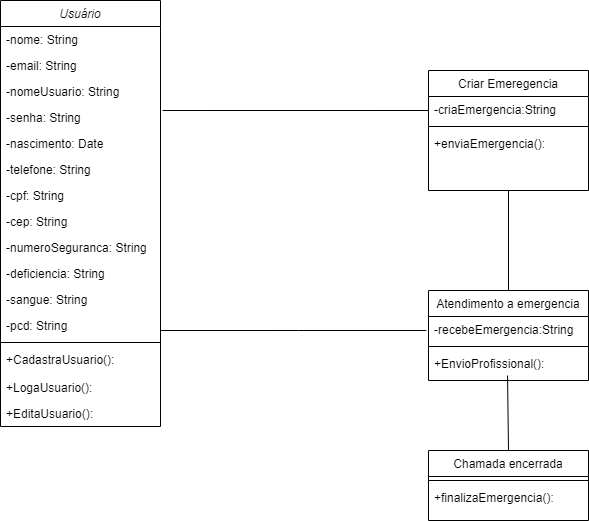
This is docs/Diagrama de classe.png from Vitor4863/FireCenterHelp, a draw.io export, as it was before one commit. Source tidied: cells renumbered, new cells last; positions are measured from the earlier drawing's top-left corner, leaving out a move shared by most shapes. The source it was exported from:
```xml
<mxGraphModel>
  <root>
    <mxCell id="0" />
    <mxCell id="1" parent="0" />
    <mxCell id="2" value="Usuário" style="swimlane;fontStyle=2;align=center;verticalAlign=top;horizontal=1;startSize=26;rounded=0;shadow=0;strokeWidth=1;" parent="1" vertex="1">
      <mxGeometry width="160" height="426" as="geometry" />
    </mxCell>
    <mxCell id="3" value="-nome: String" style="text;align=left;verticalAlign=top;spacingLeft=4;spacingRight=4;overflow=hidden;" parent="2" vertex="1">
      <mxGeometry y="26" width="160" height="26" as="geometry" />
    </mxCell>
    <mxCell id="4" value="-email: String" style="text;align=left;verticalAlign=top;spacingLeft=4;spacingRight=4;overflow=hidden;rounded=0;shadow=0;html=0;" parent="2" vertex="1">
      <mxGeometry y="52" width="160" height="26" as="geometry" />
    </mxCell>
    <mxCell id="5" value="-nomeUsuario: String&#10;&#10;&#10;" style="text;align=left;verticalAlign=top;spacingLeft=4;spacingRight=4;overflow=hidden;rounded=0;shadow=0;html=0;" parent="2" vertex="1">
      <mxGeometry y="78" width="160" height="26" as="geometry" />
    </mxCell>
    <mxCell id="6" value="-senha: String" style="text;align=left;verticalAlign=top;spacingLeft=4;spacingRight=4;overflow=hidden;points=[[0,0.5],[1,0.5]];portConstraint=eastwest;rounded=0;shadow=0;html=0;" parent="2" vertex="1">
      <mxGeometry y="104" width="160" height="26" as="geometry" />
    </mxCell>
    <mxCell id="7" value="-nascimento: Date" style="text;align=left;verticalAlign=top;spacingLeft=4;spacingRight=4;overflow=hidden;rounded=0;shadow=0;html=0;" parent="2" vertex="1">
      <mxGeometry y="130" width="160" height="26" as="geometry" />
    </mxCell>
    <mxCell id="8" value="-telefone: String" style="text;align=left;verticalAlign=top;spacingLeft=4;spacingRight=4;overflow=hidden;rounded=0;shadow=0;html=0;" parent="2" vertex="1">
      <mxGeometry y="156" width="160" height="26" as="geometry" />
    </mxCell>
    <mxCell id="9" value="-cpf: String" style="text;align=left;verticalAlign=top;spacingLeft=4;spacingRight=4;overflow=hidden;rounded=0;shadow=0;html=0;" parent="2" vertex="1">
      <mxGeometry y="182" width="160" height="26" as="geometry" />
    </mxCell>
    <mxCell id="10" value="-cep: String" style="text;align=left;verticalAlign=top;spacingLeft=4;spacingRight=4;overflow=hidden;rounded=0;shadow=0;html=0;" parent="2" vertex="1">
      <mxGeometry y="208" width="160" height="26" as="geometry" />
    </mxCell>
    <mxCell id="11" value="-numeroSeguranca: String" style="text;align=left;verticalAlign=top;spacingLeft=4;spacingRight=4;overflow=hidden;rounded=0;shadow=0;html=0;" parent="2" vertex="1">
      <mxGeometry y="234" width="160" height="26" as="geometry" />
    </mxCell>
    <mxCell id="12" value="-deficiencia: String" style="text;align=left;verticalAlign=top;spacingLeft=4;spacingRight=4;overflow=hidden;rounded=0;shadow=0;html=0;" parent="2" vertex="1">
      <mxGeometry y="260" width="160" height="26" as="geometry" />
    </mxCell>
    <mxCell id="13" value="-sangue: String" style="text;align=left;verticalAlign=top;spacingLeft=4;spacingRight=4;overflow=hidden;rounded=0;shadow=0;html=0;" parent="2" vertex="1">
      <mxGeometry y="286" width="160" height="26" as="geometry" />
    </mxCell>
    <mxCell id="14" value="-pcd: String" style="text;align=left;verticalAlign=top;spacingLeft=4;spacingRight=4;overflow=hidden;rounded=0;shadow=0;html=0;" parent="2" vertex="1">
      <mxGeometry y="312" width="160" height="26" as="geometry" />
    </mxCell>
    <mxCell id="15" style="line;html=1;strokeWidth=1;align=left;verticalAlign=middle;spacingTop=-1;spacingLeft=3;spacingRight=3;labelPosition=right;" parent="2" vertex="1">
      <mxGeometry y="338" width="160" height="8" as="geometry" />
    </mxCell>
    <mxCell id="16" value="+CadastraUsuario():" style="text;align=left;verticalAlign=top;spacingLeft=4;spacingRight=4;overflow=hidden;" parent="2" vertex="1">
      <mxGeometry y="346" width="160" height="28" as="geometry" />
    </mxCell>
    <mxCell id="17" value="+LogaUsuario():" style="text;align=left;verticalAlign=top;spacingLeft=4;spacingRight=4;overflow=hidden;rounded=0;shadow=0;html=0;" parent="2" vertex="1">
      <mxGeometry y="374" width="160" height="26" as="geometry" />
    </mxCell>
    <mxCell id="18" value="+EditaUsuario():" style="text;align=left;verticalAlign=top;spacingLeft=4;spacingRight=4;overflow=hidden;rounded=0;shadow=0;html=0;" parent="2" vertex="1">
      <mxGeometry y="400" width="160" height="26" as="geometry" />
    </mxCell>
    <mxCell id="19" value="Atendimento a emergencia" style="swimlane;fontStyle=0;align=center;verticalAlign=top;horizontal=1;startSize=26;rounded=0;shadow=0;strokeWidth=1;" parent="1" vertex="1">
      <mxGeometry x="428" y="290" width="160" height="90" as="geometry" />
    </mxCell>
    <mxCell id="20" value="-recebeEmergencia:String" style="text;align=left;verticalAlign=top;spacingLeft=4;spacingRight=4;overflow=hidden;points=[[0,0.5],[1,0.5]];portConstraint=eastwest;rounded=0;shadow=0;html=0;" parent="19" vertex="1">
      <mxGeometry y="26" width="160" height="26" as="geometry" />
    </mxCell>
    <mxCell id="21" style="line;html=1;strokeWidth=1;align=left;verticalAlign=middle;spacingTop=-1;spacingLeft=3;spacingRight=3;labelPosition=right;" parent="19" vertex="1">
      <mxGeometry y="52" width="160" height="8" as="geometry" />
    </mxCell>
    <mxCell id="22" value="+EnvioProfissional():" style="text;align=left;verticalAlign=top;spacingLeft=4;spacingRight=4;overflow=hidden;points=[[0,0.5],[1,0.5]];portConstraint=eastwest;rounded=0;shadow=0;html=0;" parent="19" vertex="1">
      <mxGeometry y="60" width="160" height="26" as="geometry" />
    </mxCell>
    <mxCell id="23" value="Chamada encerrada" style="swimlane;fontStyle=0;align=center;verticalAlign=top;horizontal=1;startSize=26;rounded=0;shadow=0;strokeWidth=1;" parent="1" vertex="1">
      <mxGeometry x="428" y="450" width="160" height="70" as="geometry" />
    </mxCell>
    <mxCell id="24" style="line;html=1;strokeWidth=1;align=left;verticalAlign=middle;spacingTop=-1;spacingLeft=3;spacingRight=3;labelPosition=right;" parent="23" vertex="1">
      <mxGeometry y="26" width="160" height="8" as="geometry" />
    </mxCell>
    <mxCell id="25" value="+finalizaEmergencia():" style="text;align=left;verticalAlign=top;spacingLeft=4;spacingRight=4;overflow=hidden;rounded=0;shadow=0;html=0;" parent="23" vertex="1">
      <mxGeometry y="34" width="160" height="26" as="geometry" />
    </mxCell>
    <mxCell id="26" value="Criar Emeregencia" style="swimlane;fontStyle=0;align=center;verticalAlign=top;horizontal=1;startSize=26;rounded=0;shadow=0;strokeWidth=1;" parent="1" vertex="1">
      <mxGeometry x="428" y="70" width="160" height="120" as="geometry" />
    </mxCell>
    <mxCell id="27" value="-criaEmergencia:String" style="text;align=left;verticalAlign=top;spacingLeft=4;spacingRight=4;overflow=hidden;" parent="26" vertex="1">
      <mxGeometry y="26" width="160" height="26" as="geometry" />
    </mxCell>
    <mxCell id="28" style="line;html=1;strokeWidth=1;align=left;verticalAlign=middle;spacingTop=-1;spacingLeft=3;spacingRight=3;labelPosition=right;" parent="26" vertex="1">
      <mxGeometry y="52" width="160" height="8" as="geometry" />
    </mxCell>
    <mxCell id="29" value="+enviaEmergencia():" style="text;align=left;verticalAlign=top;spacingLeft=4;spacingRight=4;overflow=hidden;" parent="26" vertex="1">
      <mxGeometry y="60" width="160" height="26" as="geometry" />
    </mxCell>
    <mxCell id="30" style="endArrow=none;html=1;rounded=0;exitX=1.013;exitY=0.231;exitDx=0;exitDy=0;exitPerimeter=0;" parent="1" edge="1" source="6">
      <mxGeometry relative="1" as="geometry">
        <mxPoint x="428" y="110" as="targetPoint" />
        <Array as="points">
          <mxPoint x="428" y="110" />
        </Array>
      </mxGeometry>
    </mxCell>
    <mxCell id="31" style="endArrow=none;html=1;rounded=0;entryX=0.5;entryY=1;entryDx=0;entryDy=0;" parent="1" edge="1" target="26">
      <mxGeometry relative="1" as="geometry">
        <mxPoint x="508" y="290" as="sourcePoint" />
      </mxGeometry>
    </mxCell>
    <mxCell id="32" style="endArrow=none;html=1;rounded=0;exitX=1.013;exitY=0.231;exitDx=0;exitDy=0;exitPerimeter=0;" parent="1" edge="1">
      <mxGeometry relative="1" as="geometry">
        <mxPoint x="160" y="330" as="sourcePoint" />
        <mxPoint x="425.9" y="330" as="targetPoint" />
        <Array as="points">
          <mxPoint x="297.9" y="330" />
          <mxPoint x="425.9" y="330" />
        </Array>
      </mxGeometry>
    </mxCell>
    <mxCell id="33" style="endArrow=none;html=1;rounded=0;entryX=0.494;entryY=0.962;entryDx=0;entryDy=0;entryPerimeter=0;exitX=0.5;exitY=0;exitDx=0;exitDy=0;" parent="1" edge="1" source="23" target="22">
      <mxGeometry relative="1" as="geometry" />
    </mxCell>
  </root>
</mxGraphModel>
```
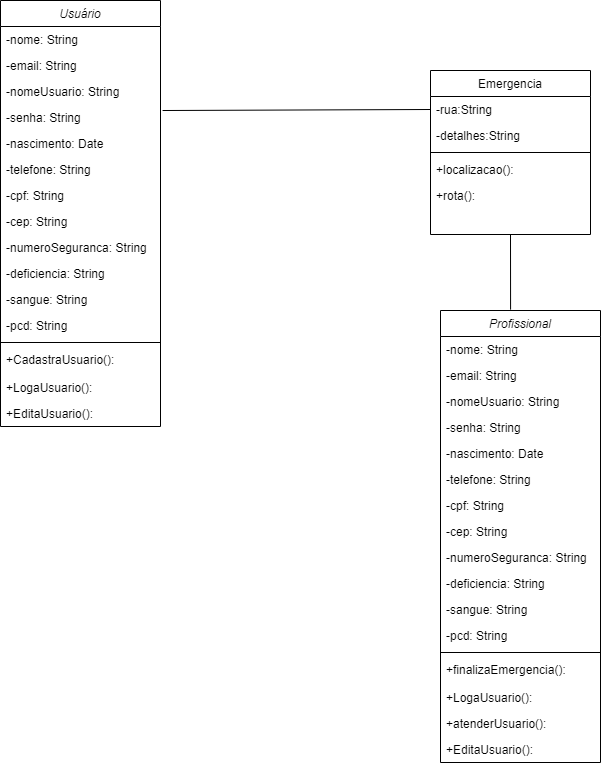
Later version of the same file.

The edit, as a diff of the source:
```diff
@@ -53,64 +53,83 @@
     <mxCell id="18" value="+EditaUsuario():" style="text;align=left;verticalAlign=top;spacingLeft=4;spacingRight=4;overflow=hidden;rounded=0;shadow=0;html=0;" parent="2" vertex="1">
       <mxGeometry y="400" width="160" height="26" as="geometry" />
     </mxCell>
-    <mxCell id="19" value="Atendimento a emergencia" style="swimlane;fontStyle=0;align=center;verticalAlign=top;horizontal=1;startSize=26;rounded=0;shadow=0;strokeWidth=1;" parent="1" vertex="1">
-      <mxGeometry x="428" y="290" width="160" height="90" as="geometry" />
+    <mxCell id="19" value="Emergencia" style="swimlane;fontStyle=0;align=center;verticalAlign=top;horizontal=1;startSize=26;rounded=0;shadow=0;strokeWidth=1;" parent="1" vertex="1">
+      <mxGeometry x="430" y="70" width="160" height="164" as="geometry" />
     </mxCell>
-    <mxCell id="20" value="-recebeEmergencia:String" style="text;align=left;verticalAlign=top;spacingLeft=4;spacingRight=4;overflow=hidden;points=[[0,0.5],[1,0.5]];portConstraint=eastwest;rounded=0;shadow=0;html=0;" parent="19" vertex="1">
+    <mxCell id="20" value="-rua:String&#10;" style="text;align=left;verticalAlign=top;spacingLeft=4;spacingRight=4;overflow=hidden;points=[[0,0.5],[1,0.5]];portConstraint=eastwest;rounded=0;shadow=0;html=0;" parent="19" vertex="1">
       <mxGeometry y="26" width="160" height="26" as="geometry" />
     </mxCell>
+    <mxCell id="34" value="-detalhes:String&#10;" style="text;align=left;verticalAlign=top;spacingLeft=4;spacingRight=4;overflow=hidden;rounded=0;shadow=0;html=0;" parent="19" vertex="1">
+      <mxGeometry y="52" width="160" height="26" as="geometry" />
+    </mxCell>
     <mxCell id="21" style="line;html=1;strokeWidth=1;align=left;verticalAlign=middle;spacingTop=-1;spacingLeft=3;spacingRight=3;labelPosition=right;" parent="19" vertex="1">
-      <mxGeometry y="52" width="160" height="8" as="geometry" />
+      <mxGeometry y="78" width="160" height="8" as="geometry" />
     </mxCell>
-    <mxCell id="22" value="+EnvioProfissional():" style="text;align=left;verticalAlign=top;spacingLeft=4;spacingRight=4;overflow=hidden;points=[[0,0.5],[1,0.5]];portConstraint=eastwest;rounded=0;shadow=0;html=0;" parent="19" vertex="1">
-      <mxGeometry y="60" width="160" height="26" as="geometry" />
+    <mxCell id="22" value="+localizacao():&#10;" style="text;align=left;verticalAlign=top;spacingLeft=4;spacingRight=4;overflow=hidden;points=[[0,0.5],[1,0.5]];portConstraint=eastwest;rounded=0;shadow=0;html=0;" parent="19" vertex="1">
+      <mxGeometry y="86" width="160" height="26" as="geometry" />
     </mxCell>
-    <mxCell id="23" value="Chamada encerrada" style="swimlane;fontStyle=0;align=center;verticalAlign=top;horizontal=1;startSize=26;rounded=0;shadow=0;strokeWidth=1;" parent="1" vertex="1">
-      <mxGeometry x="428" y="450" width="160" height="70" as="geometry" />
-    </mxCell>
-    <mxCell id="24" style="line;html=1;strokeWidth=1;align=left;verticalAlign=middle;spacingTop=-1;spacingLeft=3;spacingRight=3;labelPosition=right;" parent="23" vertex="1">
-      <mxGeometry y="26" width="160" height="8" as="geometry" />
-    </mxCell>
+    <mxCell id="35" value="+rota():" style="text;align=left;verticalAlign=top;spacingLeft=4;spacingRight=4;overflow=hidden;rounded=0;shadow=0;html=0;" parent="19" vertex="1">
+      <mxGeometry y="112" width="160" height="26" as="geometry" />
+    </mxCell>
+    <mxCell id="30" style="endArrow=none;html=1;rounded=0;exitX=1.013;exitY=0.231;exitDx=0;exitDy=0;exitPerimeter=0;entryX=0;entryY=0.5;entryDx=0;entryDy=0;" parent="1" edge="1" source="6" target="20">
+      <mxGeometry relative="1" as="geometry" />
+    </mxCell>
+    <mxCell id="33" style="endArrow=none;html=1;rounded=0;exitX=0.438;exitY=-0.002;exitDx=0;exitDy=0;exitPerimeter=0;entryX=0.5;entryY=1;entryDx=0;entryDy=0;" parent="1" edge="1" source="36" target="19">
+      <mxGeometry relative="1" as="geometry" />
+    </mxCell>
+    <mxCell id="36" value="Profissional" style="swimlane;fontStyle=2;align=center;verticalAlign=top;horizontal=1;startSize=26;rounded=0;shadow=0;strokeWidth=1;" parent="1" vertex="1">
+      <mxGeometry x="440" y="310" width="160" height="452" as="geometry" />
+    </mxCell>
+    <mxCell id="37" value="-nome: String" style="text;align=left;verticalAlign=top;spacingLeft=4;spacingRight=4;overflow=hidden;" parent="36" vertex="1">
+      <mxGeometry y="26" width="160" height="26" as="geometry" />
+    </mxCell>
+    <mxCell id="38" value="-email: String" style="text;align=left;verticalAlign=top;spacingLeft=4;spacingRight=4;overflow=hidden;rounded=0;shadow=0;html=0;" parent="36" vertex="1">
+      <mxGeometry y="52" width="160" height="26" as="geometry" />
+    </mxCell>
+    <mxCell id="39" value="-nomeUsuario: String&#10;&#10;&#10;" style="text;align=left;verticalAlign=top;spacingLeft=4;spacingRight=4;overflow=hidden;rounded=0;shadow=0;html=0;" parent="36" vertex="1">
+      <mxGeometry y="78" width="160" height="26" as="geometry" />
+    </mxCell>
+    <mxCell id="40" value="-senha: String" style="text;align=left;verticalAlign=top;spacingLeft=4;spacingRight=4;overflow=hidden;rounded=0;shadow=0;html=0;" parent="36" vertex="1">
+      <mxGeometry y="104" width="160" height="26" as="geometry" />
+    </mxCell>
+    <mxCell id="41" value="-nascimento: Date" style="text;align=left;verticalAlign=top;spacingLeft=4;spacingRight=4;overflow=hidden;rounded=0;shadow=0;html=0;" parent="36" vertex="1">
+      <mxGeometry y="130" width="160" height="26" as="geometry" />
+    </mxCell>
+    <mxCell id="42" value="-telefone: String" style="text;align=left;verticalAlign=top;spacingLeft=4;spacingRight=4;overflow=hidden;rounded=0;shadow=0;html=0;" parent="36" vertex="1">
+      <mxGeometry y="156" width="160" height="26" as="geometry" />
+    </mxCell>
+    <mxCell id="43" value="-cpf: String" style="text;align=left;verticalAlign=top;spacingLeft=4;spacingRight=4;overflow=hidden;rounded=0;shadow=0;html=0;" parent="36" vertex="1">
+      <mxGeometry y="182" width="160" height="26" as="geometry" />
+    </mxCell>
+    <mxCell id="44" value="-cep: String" style="text;align=left;verticalAlign=top;spacingLeft=4;spacingRight=4;overflow=hidden;rounded=0;shadow=0;html=0;" parent="36" vertex="1">
+      <mxGeometry y="208" width="160" height="26" as="geometry" />
+    </mxCell>
+    <mxCell id="45" value="-numeroSeguranca: String" style="text;align=left;verticalAlign=top;spacingLeft=4;spacingRight=4;overflow=hidden;rounded=0;shadow=0;html=0;" parent="36" vertex="1">
+      <mxGeometry y="234" width="160" height="26" as="geometry" />
+    </mxCell>
+    <mxCell id="46" value="-deficiencia: String" style="text;align=left;verticalAlign=top;spacingLeft=4;spacingRight=4;overflow=hidden;rounded=0;shadow=0;html=0;" parent="36" vertex="1">
+      <mxGeometry y="260" width="160" height="26" as="geometry" />
+    </mxCell>
+    <mxCell id="47" value="-sangue: String" style="text;align=left;verticalAlign=top;spacingLeft=4;spacingRight=4;overflow=hidden;rounded=0;shadow=0;html=0;" parent="36" vertex="1">
+      <mxGeometry y="286" width="160" height="26" as="geometry" />
+    </mxCell>
+    <mxCell id="48" value="-pcd: String" style="text;align=left;verticalAlign=top;spacingLeft=4;spacingRight=4;overflow=hidden;rounded=0;shadow=0;html=0;" parent="36" vertex="1">
+      <mxGeometry y="312" width="160" height="26" as="geometry" />
+    </mxCell>
+    <mxCell id="49" style="line;html=1;strokeWidth=1;align=left;verticalAlign=middle;spacingTop=-1;spacingLeft=3;spacingRight=3;labelPosition=right;" parent="36" vertex="1">
+      <mxGeometry y="338" width="160" height="8" as="geometry" />
+    </mxCell>
-    <mxCell id="25" value="+finalizaEmergencia():" style="text;align=left;verticalAlign=top;spacingLeft=4;spacingRight=4;overflow=hidden;rounded=0;shadow=0;html=0;" parent="23" vertex="1">
-      <mxGeometry y="34" width="160" height="26" as="geometry" />
+    <mxCell id="25" value="+finalizaEmergencia():" style="text;align=left;verticalAlign=top;spacingLeft=4;spacingRight=4;overflow=hidden;" parent="36" vertex="1">
+      <mxGeometry y="346" width="160" height="28" as="geometry" />
     </mxCell>
-    <mxCell id="26" value="Criar Emeregencia" style="swimlane;fontStyle=0;align=center;verticalAlign=top;horizontal=1;startSize=26;rounded=0;shadow=0;strokeWidth=1;" parent="1" vertex="1">
-      <mxGeometry x="428" y="70" width="160" height="120" as="geometry" />
-    </mxCell>
-    <mxCell id="27" value="-criaEmergencia:String" style="text;align=left;verticalAlign=top;spacingLeft=4;spacingRight=4;overflow=hidden;" parent="26" vertex="1">
-      <mxGeometry y="26" width="160" height="26" as="geometry" />
-    </mxCell>
-    <mxCell id="28" style="line;html=1;strokeWidth=1;align=left;verticalAlign=middle;spacingTop=-1;spacingLeft=3;spacingRight=3;labelPosition=right;" parent="26" vertex="1">
-      <mxGeometry y="52" width="160" height="8" as="geometry" />
-    </mxCell>
-    <mxCell id="29" value="+enviaEmergencia():" style="text;align=left;verticalAlign=top;spacingLeft=4;spacingRight=4;overflow=hidden;" parent="26" vertex="1">
-      <mxGeometry y="60" width="160" height="26" as="geometry" />
-    </mxCell>
-    <mxCell id="30" style="endArrow=none;html=1;rounded=0;exitX=1.013;exitY=0.231;exitDx=0;exitDy=0;exitPerimeter=0;" parent="1" edge="1" source="6">
-      <mxGeometry relative="1" as="geometry">
-        <mxPoint x="428" y="110" as="targetPoint" />
-        <Array as="points">
-          <mxPoint x="428" y="110" />
-        </Array>
-      </mxGeometry>
-    </mxCell>
-    <mxCell id="31" style="endArrow=none;html=1;rounded=0;entryX=0.5;entryY=1;entryDx=0;entryDy=0;" parent="1" edge="1" target="26">
-      <mxGeometry relative="1" as="geometry">
-        <mxPoint x="508" y="290" as="sourcePoint" />
-      </mxGeometry>
-    </mxCell>
-    <mxCell id="32" style="endArrow=none;html=1;rounded=0;exitX=1.013;exitY=0.231;exitDx=0;exitDy=0;exitPerimeter=0;" parent="1" edge="1">
-      <mxGeometry relative="1" as="geometry">
-        <mxPoint x="160" y="330" as="sourcePoint" />
-        <mxPoint x="425.9" y="330" as="targetPoint" />
-        <Array as="points">
-          <mxPoint x="297.9" y="330" />
-          <mxPoint x="425.9" y="330" />
-        </Array>
-      </mxGeometry>
-    </mxCell>
-    <mxCell id="33" style="endArrow=none;html=1;rounded=0;entryX=0.494;entryY=0.962;entryDx=0;entryDy=0;entryPerimeter=0;exitX=0.5;exitY=0;exitDx=0;exitDy=0;" parent="1" edge="1" source="23" target="22">
-      <mxGeometry relative="1" as="geometry" />
-    </mxCell>
+    <mxCell id="50" value="+LogaUsuario():" style="text;align=left;verticalAlign=top;spacingLeft=4;spacingRight=4;overflow=hidden;rounded=0;shadow=0;html=0;" parent="36" vertex="1">
+      <mxGeometry y="374" width="160" height="26" as="geometry" />
+    </mxCell>
+    <mxCell id="51" value="+atenderUsuario():" style="text;align=left;verticalAlign=top;spacingLeft=4;spacingRight=4;overflow=hidden;rounded=0;shadow=0;html=0;" parent="36" vertex="1">
+      <mxGeometry y="400" width="160" height="26" as="geometry" />
+    </mxCell>
+    <mxCell id="52" value="+EditaUsuario():" style="text;align=left;verticalAlign=top;spacingLeft=4;spacingRight=4;overflow=hidden;rounded=0;shadow=0;html=0;" parent="36" vertex="1">
+      <mxGeometry y="426" width="160" height="26" as="geometry" />
+    </mxCell>
   </root>
 </mxGraphModel>
```
